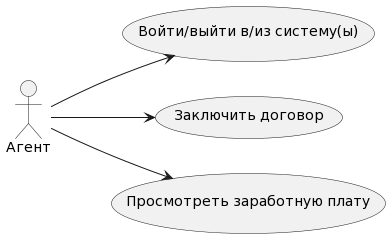
Above: Resource/Диаграммы вариантов использования/Агент (Основные возможности).png in MiFit1/OSOGO (PlantUML), before the change.
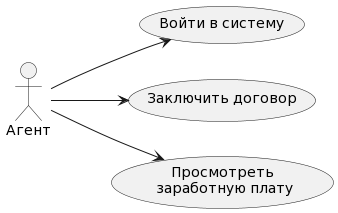
After the change.

What changed in the source:
```diff
@@ -3,9 +3,9 @@
 
 actor "Агент" as fc
 
-usecase "Войти/выйти в/из систему(ы)" as UC1
+usecase "Войти в систему" as UC1
 usecase "Заключить договор" as UC2
-usecase "Просмотреть заработную плату" as UC3
+usecase "Просмотреть\n заработную плату" as UC3
 
 fc --> UC1
 fc --> UC2
```
